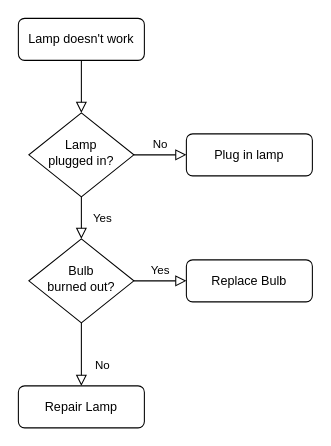
This is 未命名绘图.drawio from ywkpl/drawio, a draw.io file, before an edit. Source tidied: cells renumbered, new cells numbered last; positions are measured from the earlier drawing's top-left corner, leaving out a move shared by most shapes. Both pictures are drawn from the tidied source at 105%, with x=0, y=0 at pixel (18, 18).
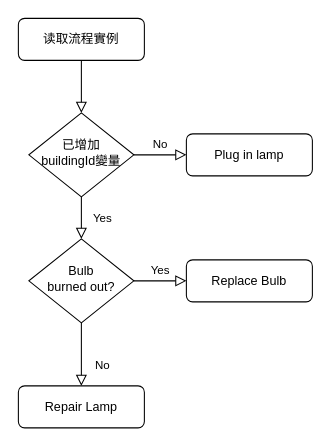
The same page after the edit.

Commit message:
更新未命名绘图.drawio

Diff of the diagram source:
```diff
@@
 <mxGraphModel>
   <root>
     <mxCell id="0" />
     <mxCell id="1" parent="0" />
+    <mxCell id="5" value="No" style="edgeStyle=orthogonalEdgeStyle;rounded=0;jettySize=auto;fontSize=11;endArrow=block;endFill=0;endSize=8;strokeWidth=1;shadow=0;labelBackgroundColor=none;strokeColor=default;html=1;labelPosition=center;verticalLabelPosition=middle;align=center;verticalAlign=middle;" parent="1" edge="1" source="6" target="7">
+      <mxGeometry y="10" relative="1" as="geometry" />
+    </mxCell>
     <mxCell id="2" style="rounded=0;html=1;jettySize=auto;fontSize=11;endArrow=block;endFill=0;endSize=8;strokeWidth=1;shadow=0;labelBackgroundColor=none;edgeStyle=orthogonalEdgeStyle;" parent="1" edge="1" source="3" target="6">
       <mxGeometry relative="1" as="geometry" />
     </mxCell>
-    <mxCell id="3" value="Lamp doesn't work" style="rounded=1;whiteSpace=wrap;html=1;fontSize=12;glass=0;strokeWidth=1;shadow=0;" parent="1" vertex="1">
+    <mxCell id="3" value="读取流程實例" style="rounded=1;whiteSpace=wrap;html=1;fontSize=12;glass=0;strokeWidth=1;shadow=0;" parent="1" vertex="1">
       <mxGeometry width="120" height="40" as="geometry" />
     </mxCell>
     <mxCell id="4" value="Yes" style="rounded=0;html=1;jettySize=auto;fontSize=11;endArrow=block;endFill=0;endSize=8;strokeWidth=1;shadow=0;labelBackgroundColor=none;edgeStyle=orthogonalEdgeStyle;" parent="1" edge="1" source="6" target="10">
       <mxGeometry y="20" relative="1" as="geometry" />
     </mxCell>
-    <mxCell id="5" value="No" style="edgeStyle=orthogonalEdgeStyle;rounded=0;html=1;jettySize=auto;fontSize=11;endArrow=block;endFill=0;endSize=8;strokeWidth=1;shadow=0;labelBackgroundColor=none;" parent="1" edge="1" source="6" target="7">
-      <mxGeometry y="10" relative="1" as="geometry" />
-    </mxCell>
-    <mxCell id="6" value="Lamp&lt;br&gt;plugged in?" style="rhombus;whiteSpace=wrap;html=1;shadow=0;fontFamily=Helvetica;fontSize=12;align=center;strokeWidth=1;spacing=6;spacingTop=-4;" parent="1" vertex="1">
+    <mxCell id="6" value="已增加&lt;br&gt;buildingId變量" style="rhombus;whiteSpace=wrap;html=1;shadow=0;fontFamily=Helvetica;fontSize=12;align=center;strokeWidth=1;spacing=6;spacingTop=-4;" parent="1" vertex="1">
       <mxGeometry x="10" y="90" width="100" height="80" as="geometry" />
     </mxCell>
     <mxCell id="7" value="Plug in lamp" style="rounded=1;whiteSpace=wrap;html=1;fontSize=12;glass=0;strokeWidth=1;shadow=0;" parent="1" vertex="1">
       <mxGeometry x="160" y="110" width="120" height="40" as="geometry" />
     </mxCell>
     <mxCell id="8" value="No" style="rounded=0;html=1;jettySize=auto;fontSize=11;endArrow=block;endFill=0;endSize=8;strokeWidth=1;shadow=0;labelBackgroundColor=none;edgeStyle=orthogonalEdgeStyle;" parent="1" edge="1" source="10" target="11">
       <mxGeometry x="0.33" y="20" relative="1" as="geometry" />
     </mxCell>
     <mxCell id="9" value="Yes" style="edgeStyle=orthogonalEdgeStyle;rounded=0;html=1;jettySize=auto;fontSize=11;endArrow=block;endFill=0;endSize=8;strokeWidth=1;shadow=0;labelBackgroundColor=none;" parent="1" edge="1" source="10" target="12">
       <mxGeometry y="10" relative="1" as="geometry" />
     </mxCell>
     <mxCell id="10" value="Bulb&lt;br&gt;burned out?" style="rhombus;whiteSpace=wrap;html=1;shadow=0;fontFamily=Helvetica;fontSize=12;align=center;strokeWidth=1;spacing=6;spacingTop=-4;" parent="1" vertex="1">
       <mxGeometry x="10" y="210" width="100" height="80" as="geometry" />
     </mxCell>
     <mxCell id="11" value="Repair Lamp" style="rounded=1;whiteSpace=wrap;html=1;fontSize=12;glass=0;strokeWidth=1;shadow=0;" parent="1" vertex="1">
       <mxGeometry y="350" width="120" height="40" as="geometry" />
     </mxCell>
     <mxCell id="12" value="Replace Bulb" style="rounded=1;whiteSpace=wrap;html=1;fontSize=12;glass=0;strokeWidth=1;shadow=0;" parent="1" vertex="1">
       <mxGeometry x="160" y="230" width="120" height="40" as="geometry" />
     </mxCell>
   </root>
 </mxGraphModel>
```
